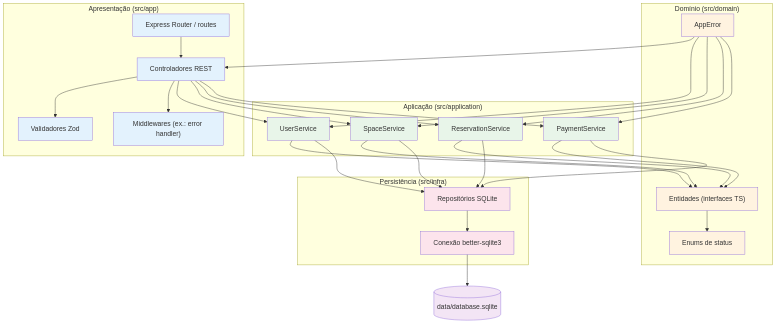
Earlier version of the Mermaid export uml/png/diagrama-componentes.png (Ribapax/desSoft2502). Its source is kept beside it as uml/diagrama-componentes.mmd.
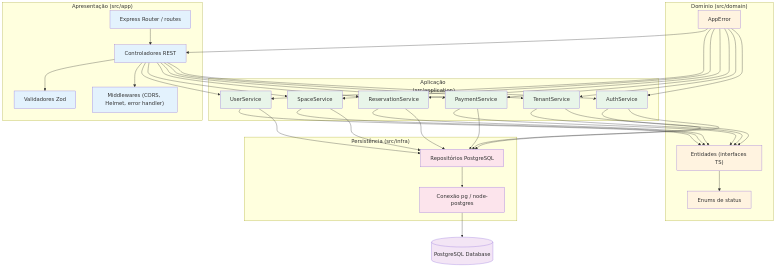
After the commit.

Change to the diagram source:
```diff
@@ -3,7 +3,7 @@
         ROUTES[Express Router / routes]
         CTRL[Controladores REST]
         VALID[Validadores Zod]
-        MIDDLE["Middlewares (ex.: error handler)"]
+        MIDDLE["Middlewares (CORS, Helmet, error handler)"]
     end
 
     subgraph "Aplicação (src/application)"
@@ -11,6 +11,8 @@
         SS[SpaceService]
         RS[ReservationService]
         PS[PaymentService]
+        TS[TenantService]
+        AS[AuthService]
     end
 
     subgraph "Domínio (src/domain)"
@@ -20,11 +22,11 @@
     end
 
     subgraph "Persistência (src/infra)"
-        REPOS[Repositórios SQLite]
-        DBCONN[Conexão better-sqlite3]
+        REPOS[Repositórios PostgreSQL]
+        DBCONN[Conexão pg / node-postgres]
     end
 
-    DATA[(data/database.sqlite)]
+    DATA[(PostgreSQL Database)]
 
     ROUTES --> CTRL
     CTRL --> VALID
@@ -33,11 +35,15 @@
     CTRL --> SS
     CTRL --> RS
     CTRL --> PS
+    CTRL --> TS
+    CTRL --> AS
 
     US --> ENT
     SS --> ENT
     RS --> ENT
     PS --> ENT
+    TS --> ENT
+    AS --> ENT
 
     ENT --> ENUMS
     ERR --> CTRL
@@ -45,11 +51,15 @@
     ERR --> SS
     ERR --> RS
     ERR --> PS
+    ERR --> TS
+    ERR --> AS
 
     US --> REPOS
     SS --> REPOS
     RS --> REPOS
     PS --> REPOS
+    TS --> REPOS
+    AS --> REPOS
 
     REPOS --> DBCONN
     DBCONN --> DATA
@@ -62,6 +72,8 @@
     style SS fill:#E8F5E9
     style RS fill:#E8F5E9
     style PS fill:#E8F5E9
+    style TS fill:#E8F5E9
+    style AS fill:#E8F5E9
     style ENT fill:#FFF3E0
     style ENUMS fill:#FFF3E0
     style ERR fill:#FFF3E0
```
